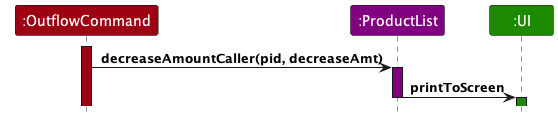
Above: docs/images/OutflowCommandSequence.png in leongxingyu/tp (PlantUML), before the change.
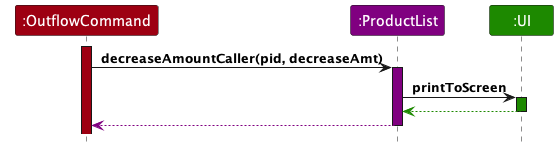
Above is the later version.

Commit message:
Edit UML sequence diagram

Diff of the diagram source:
```diff
@@ -11,7 +11,11 @@
 activate productlist PRODUCTLIST_COLOR
 
 productlist -> ui : printToScreen
+activate ui UI_COLOR
+ui --[UI_COLOR]> productlist
+deactivate ui UI_COLOR
+
+productlist --[PRODUCTLIST_COLOR]> command
 deactivate productlist
-activate ui UI_COLOR
 
 @enduml
```
